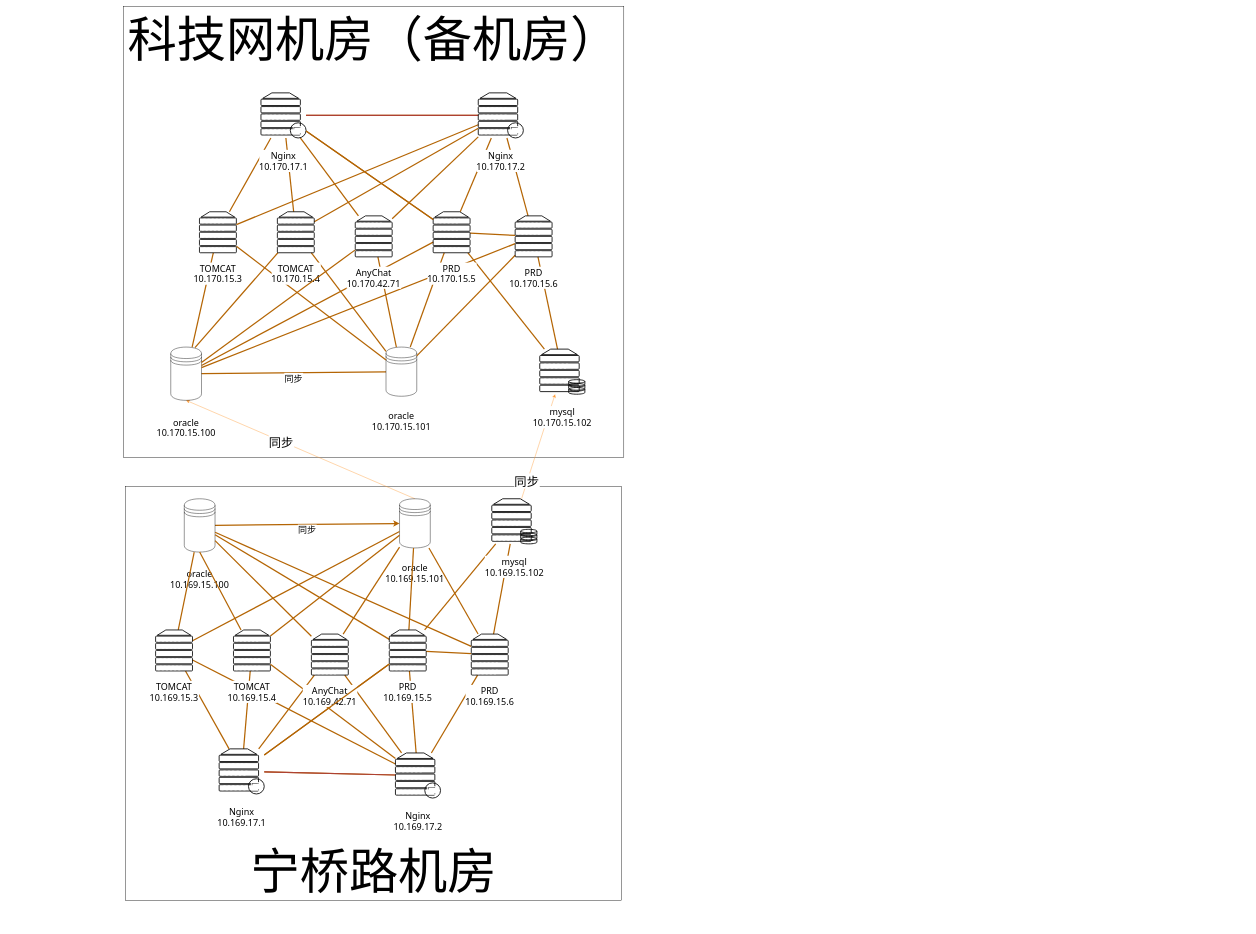
Earlier version of the draw.io diagram page "财人汇物理图" (1 of 4) of 财人汇物理.drawio (chengs2035/draw.io). Source tidied: cells renumbered, new cells numbered last; positions are measured from the earlier drawing's top-left corner, leaving out a move shared by most shapes. Both pictures are drawn from the tidied source at 41%, with x=0, y=0 at pixel (123, 7).
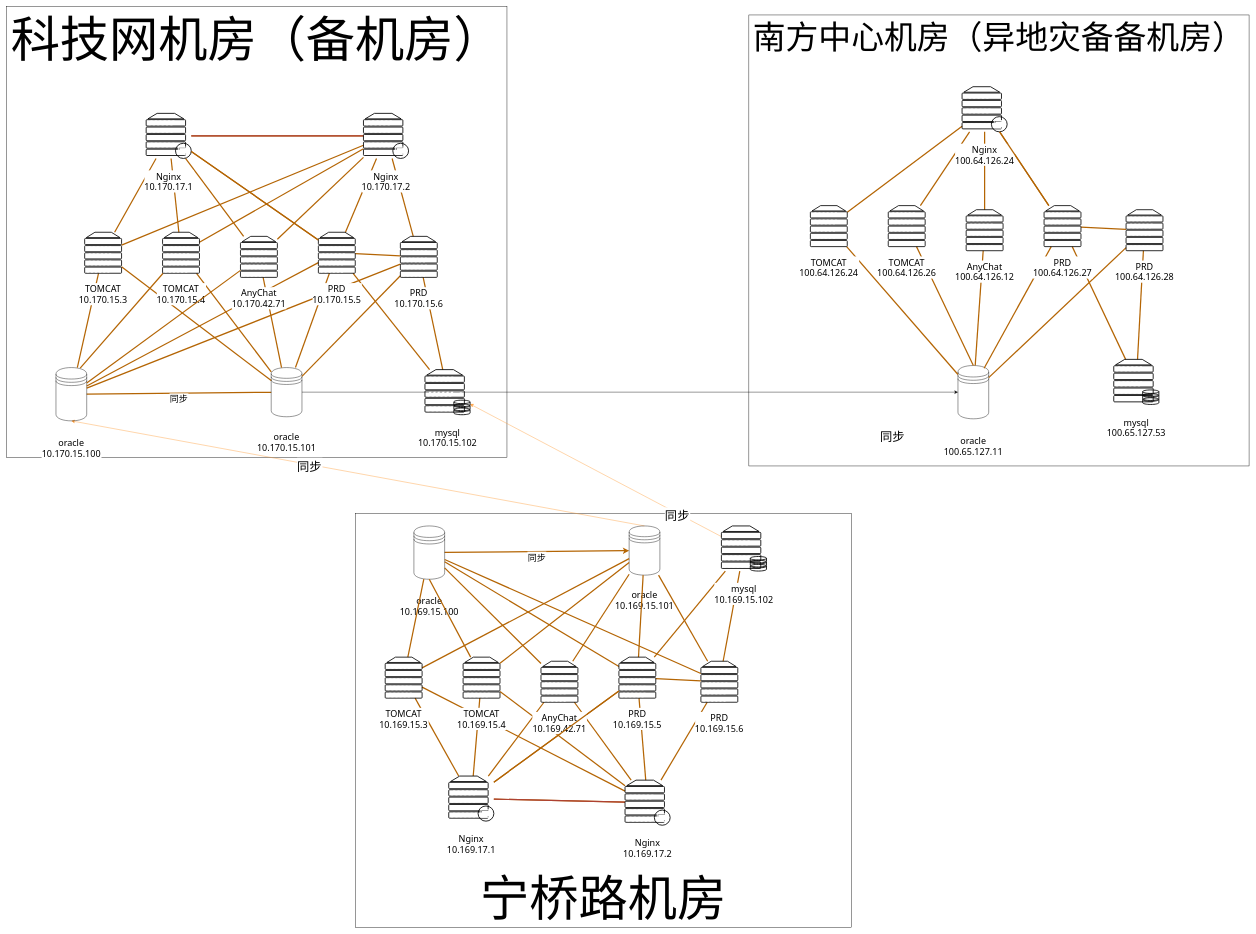
After the change.

Commit message:
更新财人汇物理.drawio

Diff of the diagram source:
```diff
@@
+    <mxCell id="80" value="南方中心机房（异地灾备备机房）" style="rounded=0;fontSize=80;verticalAlign=top;spacing=0;align=center;horizontal=1;" parent="1" vertex="1">
+      <mxGeometry x="1525" y="20" width="1220" height="1100" as="geometry" />
+    </mxCell>
     <mxCell id="2" value="宁桥路机房" style="rounded=0;fontSize=120;verticalAlign=bottom;spacing=25;" parent="1" vertex="1">
-      <mxGeometry x="5" y="1170" width="1210" height="1010" as="geometry" />
+      <mxGeometry x="565" y="1236.3" width="1210" height="1010" as="geometry" />
     </mxCell>
     <mxCell id="3" value="科技网机房（备机房）" style="rounded=0;fontSize=120;verticalAlign=top;spacing=0;align=center;horizontal=1;" parent="1" vertex="1">
-      <mxGeometry width="1220" height="1100" as="geometry" />
+      <mxGeometry x="-285" width="1220" height="1100" as="geometry" />
     </mxCell>
@@
     <mxCell id="7" value="oracle&#10;10.169.15.100" style="shape=datastore;verticalAlign=middle;spacingBottom=0;fillColor=none;labelBackgroundColor=default;fontFamily=Tahoma;spacing=2;fontSize=22;labelPosition=center;verticalLabelPosition=bottom;align=center;" parent="1" vertex="1">
-      <mxGeometry x="148" y="1200" width="75" height="130" as="geometry" />
+      <mxGeometry x="708" y="1266.3" width="75" height="130" as="geometry" />
     </mxCell>
     <mxCell id="8" value="oracle&#10;10.169.15.101" style="shape=datastore;fillColor=none;spacingBottom=0;verticalAlign=middle;labelBackgroundColor=default;fontFamily=Tahoma;fontSize=22;labelPosition=center;verticalLabelPosition=bottom;align=center;" parent="1" vertex="1">
-      <mxGeometry x="673" y="1200" width="75" height="120" as="geometry" />
+      <mxGeometry x="1233" y="1266.3" width="75" height="120" as="geometry" />
     </mxCell>
@@
     <mxCell id="20" value="Nginx&#10;10.169.17.1" style="verticalAlign=middle;verticalLabelPosition=bottom;labelPosition=center;align=center;outlineConnect=0;fillColor=none;gradientDirection=north;strokeWidth=2;shape=mxgraph.networks.proxy_server;labelBackgroundColor=default;fontFamily=Tahoma;fontSize=22;" parent="1" vertex="1">
-      <mxGeometry x="233" y="1810" width="110" height="110" as="geometry" />
+      <mxGeometry x="793" y="1876.3" width="110" height="110" as="geometry" />
     </mxCell>
@@
     <mxCell id="23" value="TOMCAT&#10;10.169.15.3" style="verticalAlign=middle;verticalLabelPosition=bottom;labelPosition=center;align=center;outlineConnect=0;fillColor=none;gradientDirection=north;strokeWidth=2;shape=mxgraph.networks.server;labelBackgroundColor=default;fontFamily=Tahoma;fontSize=22;" parent="1" vertex="1">
-      <mxGeometry x="78" y="1520" width="90" height="100" as="geometry" />
+      <mxGeometry x="638" y="1586.3" width="90" height="100" as="geometry" />
     </mxCell>
@@
     <mxCell id="26" value="TOMCAT&#10;10.169.15.4" style="verticalAlign=middle;verticalLabelPosition=bottom;labelPosition=center;align=center;outlineConnect=0;fillColor=none;gradientDirection=north;strokeWidth=2;shape=mxgraph.networks.server;labelBackgroundColor=default;fontFamily=Tahoma;fontSize=22;" parent="1" vertex="1">
-      <mxGeometry x="268" y="1520" width="90" height="100" as="geometry" />
+      <mxGeometry x="828" y="1586.3" width="90" height="100" as="geometry" />
     </mxCell>
@@
     <mxCell id="33" value="PRD&#10;10.169.15.6" style="verticalAlign=middle;verticalLabelPosition=bottom;labelPosition=center;align=center;outlineConnect=0;fillColor=none;gradientDirection=north;strokeWidth=2;shape=mxgraph.networks.server;labelBackgroundColor=default;fontFamily=Tahoma;fontSize=22;" parent="1" vertex="1">
-      <mxGeometry x="848" y="1530" width="90" height="100" as="geometry" />
+      <mxGeometry x="1408" y="1596.3" width="90" height="100" as="geometry" />
     </mxCell>
@@
     <mxCell id="36" value="AnyChat&#10;10.169.42.71" style="verticalAlign=middle;verticalLabelPosition=bottom;labelPosition=center;align=center;outlineConnect=0;fillColor=none;gradientDirection=north;strokeWidth=2;shape=mxgraph.networks.server;labelBackgroundColor=default;fontFamily=Tahoma;fontSize=22;" parent="1" vertex="1">
-      <mxGeometry x="458" y="1530" width="90" height="100" as="geometry" />
+      <mxGeometry x="1018" y="1596.3" width="90" height="100" as="geometry" />
     </mxCell>
@@
     <mxCell id="39" value="mysql&#10;10.169.15.102" style="verticalAlign=middle;verticalLabelPosition=bottom;labelPosition=center;align=center;outlineConnect=0;fillColor=none;gradientDirection=north;strokeWidth=2;shape=mxgraph.networks.server_storage;labelBackgroundColor=default;fontFamily=Tahoma;fontSize=22;" parent="1" vertex="1">
-      <mxGeometry x="898" y="1200" width="110" height="110" as="geometry" />
+      <mxGeometry x="1458" y="1266.3" width="110" height="110" as="geometry" />
     </mxCell>
@@
     <mxCell id="41" value="Nginx&#10;10.169.17.2" style="verticalAlign=middle;verticalLabelPosition=bottom;labelPosition=center;align=center;outlineConnect=0;fillColor=none;gradientDirection=north;strokeWidth=2;shape=mxgraph.networks.proxy_server;labelBackgroundColor=default;fontFamily=Tahoma;fontSize=22;" parent="1" vertex="1">
-      <mxGeometry x="663" y="1820" width="110" height="110" as="geometry" />
+      <mxGeometry x="1223" y="1886.3" width="110" height="110" as="geometry" />
     </mxCell>
     <mxCell id="42" value="PRD&#10;10.169.15.5" style="verticalAlign=middle;verticalLabelPosition=bottom;labelPosition=center;align=center;outlineConnect=0;fillColor=none;gradientDirection=north;strokeWidth=2;shape=mxgraph.networks.server;labelBackgroundColor=default;fontFamily=Tahoma;fontSize=22;" parent="1" vertex="1">
-      <mxGeometry x="648" y="1520" width="90" height="100" as="geometry" />
+      <mxGeometry x="1208" y="1586.3" width="90" height="100" as="geometry" />
     </mxCell>
@@
     <mxCell id="45" value="oracle&#10;10.170.15.100" style="shape=datastore;verticalAlign=middle;spacingBottom=0;fillColor=none;labelBackgroundColor=default;fontFamily=Tahoma;spacing=2;fontSize=22;labelPosition=center;verticalLabelPosition=bottom;align=center;" parent="1" vertex="1">
-      <mxGeometry x="115" y="830" width="75" height="130" as="geometry" />
+      <mxGeometry x="-165" y="880" width="75" height="130" as="geometry" />
     </mxCell>
+    <mxCell id="81" style="edgeStyle=orthogonalEdgeStyle;rounded=0;jettySize=auto;fontSize=80;entryX=0;entryY=0.5;entryDx=0;entryDy=0;" parent="1" edge="1" source="46" target="83">
+      <mxGeometry relative="1" as="geometry" />
+    </mxCell>
     <mxCell id="46" value="oracle&#10;10.170.15.101" style="shape=datastore;fillColor=none;spacingBottom=0;verticalAlign=middle;labelBackgroundColor=default;fontFamily=Tahoma;fontSize=22;labelPosition=center;verticalLabelPosition=bottom;align=center;" parent="1" vertex="1">
-      <mxGeometry x="640" y="830" width="75" height="120" as="geometry" />
+      <mxGeometry x="360" y="880" width="75" height="120" as="geometry" />
     </mxCell>
@@
     <mxCell id="58" value="Nginx&#10;10.170.17.1" style="verticalAlign=middle;verticalLabelPosition=bottom;labelPosition=center;align=center;outlineConnect=0;fillColor=none;gradientDirection=north;strokeWidth=2;shape=mxgraph.networks.proxy_server;labelBackgroundColor=default;fontFamily=Tahoma;fontSize=22;" parent="1" vertex="1">
-      <mxGeometry x="335" y="210" width="110" height="110" as="geometry" />
+      <mxGeometry x="55" y="260" width="110" height="110" as="geometry" />
     </mxCell>
@@
     <mxCell id="61" value="TOMCAT&#10;10.170.15.3" style="verticalAlign=middle;verticalLabelPosition=bottom;labelPosition=center;align=center;outlineConnect=0;fillColor=none;gradientDirection=north;strokeWidth=2;shape=mxgraph.networks.server;labelBackgroundColor=default;fontFamily=Tahoma;fontSize=22;" parent="1" vertex="1">
-      <mxGeometry x="185" y="500" width="90" height="100" as="geometry" />
+      <mxGeometry x="-95" y="550" width="90" height="100" as="geometry" />
     </mxCell>
@@
     <mxCell id="64" value="TOMCAT&#10;10.170.15.4" style="verticalAlign=middle;verticalLabelPosition=bottom;labelPosition=center;align=center;outlineConnect=0;fillColor=none;gradientDirection=north;strokeWidth=2;shape=mxgraph.networks.server;labelBackgroundColor=default;fontFamily=Tahoma;fontSize=22;" parent="1" vertex="1">
-      <mxGeometry x="375" y="500" width="90" height="100" as="geometry" />
+      <mxGeometry x="95" y="550" width="90" height="100" as="geometry" />
     </mxCell>
@@
     <mxCell id="71" value="PRD&#10;10.170.15.6" style="verticalAlign=middle;verticalLabelPosition=bottom;labelPosition=center;align=center;outlineConnect=0;fillColor=none;gradientDirection=north;strokeWidth=2;shape=mxgraph.networks.server;labelBackgroundColor=default;fontFamily=Tahoma;fontSize=22;" parent="1" vertex="1">
-      <mxGeometry x="955" y="510" width="90" height="100" as="geometry" />
+      <mxGeometry x="675" y="560" width="90" height="100" as="geometry" />
     </mxCell>
@@
     <mxCell id="74" value="AnyChat&#10;10.170.42.71" style="verticalAlign=middle;verticalLabelPosition=bottom;labelPosition=center;align=center;outlineConnect=0;fillColor=none;gradientDirection=north;strokeWidth=2;shape=mxgraph.networks.server;labelBackgroundColor=default;fontFamily=Tahoma;fontSize=22;" parent="1" vertex="1">
-      <mxGeometry x="565" y="510" width="90" height="100" as="geometry" />
+      <mxGeometry x="285" y="560" width="90" height="100" as="geometry" />
     </mxCell>
     <mxCell id="75" value="mysql&#10;10.170.15.102" style="verticalAlign=middle;verticalLabelPosition=bottom;labelPosition=center;align=center;outlineConnect=0;fillColor=none;gradientDirection=north;strokeWidth=2;shape=mxgraph.networks.server_storage;labelBackgroundColor=default;fontFamily=Tahoma;fontSize=22;" parent="1" vertex="1">
-      <mxGeometry x="1015" y="835" width="110" height="110" as="geometry" />
+      <mxGeometry x="735" y="885" width="110" height="110" as="geometry" />
     </mxCell>
@@
     <mxCell id="77" value="Nginx&#10;10.170.17.2" style="verticalAlign=middle;verticalLabelPosition=bottom;labelPosition=center;align=center;outlineConnect=0;fillColor=none;gradientDirection=north;strokeWidth=2;shape=mxgraph.networks.proxy_server;labelBackgroundColor=default;fontFamily=Tahoma;fontSize=22;" parent="1" vertex="1">
-      <mxGeometry x="865" y="210" width="110" height="110" as="geometry" />
+      <mxGeometry x="585" y="260" width="110" height="110" as="geometry" />
     </mxCell>
     <mxCell id="78" value="PRD&#10;10.170.15.5" style="verticalAlign=middle;verticalLabelPosition=bottom;labelPosition=center;align=center;outlineConnect=0;fillColor=none;gradientDirection=north;strokeWidth=2;shape=mxgraph.networks.server;labelBackgroundColor=default;fontFamily=Tahoma;fontSize=22;" parent="1" vertex="1">
-      <mxGeometry x="755" y="500" width="90" height="100" as="geometry" />
+      <mxGeometry x="475" y="550" width="90" height="100" as="geometry" />
     </mxCell>
@@
+    <mxCell id="82" value="同步" style="edgeLabel;align=center;verticalAlign=middle;fontSize=30;" parent="1" vertex="1">
+      <mxGeometry x="1874.9" y="1046" as="geometry" />
+    </mxCell>
+    <mxCell id="83" value="oracle&#10;100.65.127.11" style="shape=datastore;verticalAlign=middle;spacingBottom=0;fillColor=none;labelBackgroundColor=default;fontFamily=Tahoma;spacing=2;fontSize=22;labelPosition=center;verticalLabelPosition=bottom;align=center;" parent="1" vertex="1">
+      <mxGeometry x="2035" y="875" width="75" height="130" as="geometry" />
+    </mxCell>
+    <mxCell id="84" style="edgeStyle=none;jettySize=auto;fillColor=#fad7ac;fontColor=default;labelBackgroundColor=default;fontFamily=Tahoma;fontSize=22;verticalAlign=middle;startArrow=none;startFill=0;strokeWidth=3;endArrow=none;endFill=0;curved=1;strokeColor=#b46504;" parent="1" edge="1" source="89" target="91">
+      <mxGeometry relative="1" as="geometry" />
+    </mxCell>
+    <mxCell id="85" style="edgeStyle=none;jettySize=auto;fillColor=#fad7ac;fontColor=default;labelBackgroundColor=default;fontFamily=Tahoma;fontSize=22;verticalAlign=middle;startArrow=none;startFill=0;strokeWidth=3;endArrow=none;endFill=0;curved=1;strokeColor=#b46504;" parent="1" edge="1" source="89" target="93">
+      <mxGeometry relative="1" as="geometry" />
+    </mxCell>
+    <mxCell id="86" style="edgeStyle=none;jettySize=auto;fillColor=#fad7ac;fontColor=default;labelBackgroundColor=default;fontFamily=Tahoma;fontSize=22;verticalAlign=middle;startArrow=none;startFill=0;strokeWidth=3;endArrow=none;endFill=0;curved=1;strokeColor=#b46504;" parent="1" edge="1" source="89" target="102">
+      <mxGeometry relative="1" as="geometry" />
+    </mxCell>
+    <mxCell id="87" style="edgeStyle=none;jettySize=auto;fillColor=#fad7ac;fontColor=default;labelBackgroundColor=default;fontFamily=Tahoma;fontSize=22;verticalAlign=middle;startArrow=none;startFill=0;strokeWidth=3;endArrow=none;endFill=0;curved=1;strokeColor=#b46504;" parent="1" edge="1" source="102" target="98">
+      <mxGeometry relative="1" as="geometry" />
+    </mxCell>
+    <mxCell id="88" style="edgeStyle=none;jettySize=auto;fillColor=#fad7ac;fontColor=default;labelBackgroundColor=default;fontFamily=Tahoma;fontSize=22;verticalAlign=middle;startArrow=none;startFill=0;strokeWidth=3;endArrow=none;endFill=0;curved=1;strokeColor=#b46504;" parent="1" edge="1" source="89" target="100">
+      <mxGeometry relative="1" as="geometry" />
+    </mxCell>
+    <mxCell id="89" value="Nginx&#10;100.64.126.24" style="verticalAlign=middle;verticalLabelPosition=bottom;labelPosition=center;align=center;outlineConnect=0;fillColor=none;gradientDirection=north;strokeWidth=2;shape=mxgraph.networks.proxy_server;labelBackgroundColor=default;fontFamily=Tahoma;fontSize=22;" parent="1" vertex="1">
+      <mxGeometry x="2045" y="195" width="110" height="110" as="geometry" />
+    </mxCell>
+    <mxCell id="90" style="edgeStyle=none;jettySize=auto;labelBackgroundColor=default;fontFamily=Tahoma;fontColor=default;fillColor=#fad7ac;fontSize=22;verticalAlign=middle;startArrow=none;startFill=0;strokeWidth=3;endArrow=none;endFill=0;curved=1;strokeColor=#b46504;" parent="1" edge="1" source="91" target="83">
+      <mxGeometry relative="1" as="geometry" />
+    </mxCell>
+    <mxCell id="91" value="TOMCAT&#10;100.64.126.24" style="verticalAlign=middle;verticalLabelPosition=bottom;labelPosition=center;align=center;outlineConnect=0;fillColor=none;gradientDirection=north;strokeWidth=2;shape=mxgraph.networks.server;labelBackgroundColor=default;fontFamily=Tahoma;fontSize=22;" parent="1" vertex="1">
+      <mxGeometry x="1675" y="485" width="90" height="100" as="geometry" />
+    </mxCell>
+    <mxCell id="92" style="edgeStyle=none;jettySize=auto;labelBackgroundColor=default;fontFamily=Tahoma;fontColor=default;fillColor=#fad7ac;fontSize=22;verticalAlign=middle;startArrow=none;startFill=0;strokeWidth=3;endArrow=none;endFill=0;curved=1;strokeColor=#b46504;entryX=0.5;entryY=0;entryDx=0;entryDy=0;" parent="1" edge="1" source="93" target="83">
+      <mxGeometry relative="1" as="geometry" />
+    </mxCell>
+    <mxCell id="93" value="TOMCAT&#10;100.64.126.26" style="verticalAlign=middle;verticalLabelPosition=bottom;labelPosition=center;align=center;outlineConnect=0;fillColor=none;gradientDirection=north;strokeWidth=2;shape=mxgraph.networks.server;labelBackgroundColor=default;fontFamily=Tahoma;fontSize=22;" parent="1" vertex="1">
+      <mxGeometry x="1865" y="485" width="90" height="100" as="geometry" />
+    </mxCell>
+    <mxCell id="94" style="edgeStyle=none;jettySize=auto;labelBackgroundColor=default;fontFamily=Tahoma;fontColor=default;fillColor=#fad7ac;fontSize=22;verticalAlign=middle;startArrow=none;startFill=0;strokeWidth=3;endArrow=none;endFill=0;curved=1;strokeColor=#b46504;entryX=0.85;entryY=0.05;entryDx=0;entryDy=0;entryPerimeter=0;" parent="1" edge="1" source="102" target="83">
+      <mxGeometry relative="1" as="geometry" />
+    </mxCell>
+    <mxCell id="95" style="edgeStyle=none;jettySize=auto;labelBackgroundColor=default;fontFamily=Tahoma;fontColor=default;fillColor=#fad7ac;fontSize=22;verticalAlign=middle;startArrow=none;startFill=0;strokeWidth=3;endArrow=none;endFill=0;curved=1;strokeColor=#b46504;" parent="1" edge="1" source="102" target="101">
+      <mxGeometry relative="1" as="geometry" />
+    </mxCell>
+    <mxCell id="96" style="edgeStyle=none;jettySize=auto;labelBackgroundColor=default;fontFamily=Tahoma;fontColor=default;fillColor=#fad7ac;fontSize=22;verticalAlign=middle;startArrow=none;startFill=0;strokeWidth=3;endArrow=none;endFill=0;curved=1;strokeColor=#b46504;" parent="1" edge="1" source="98" target="83">
+      <mxGeometry relative="1" as="geometry" />
+    </mxCell>
+    <mxCell id="97" style="edgeStyle=none;jettySize=auto;labelBackgroundColor=default;fontFamily=Tahoma;fontColor=default;fillColor=#fad7ac;fontSize=22;verticalAlign=middle;startArrow=none;startFill=0;strokeWidth=3;endArrow=none;endFill=0;curved=1;strokeColor=#b46504;" parent="1" edge="1" source="98" target="101">
+      <mxGeometry relative="1" as="geometry" />
+    </mxCell>
+    <mxCell id="98" value="PRD&#10;100.64.126.28" style="verticalAlign=middle;verticalLabelPosition=bottom;labelPosition=center;align=center;outlineConnect=0;fillColor=none;gradientDirection=north;strokeWidth=2;shape=mxgraph.networks.server;labelBackgroundColor=default;fontFamily=Tahoma;fontSize=22;" parent="1" vertex="1">
+      <mxGeometry x="2445" y="495" width="90" height="100" as="geometry" />
+    </mxCell>
+    <mxCell id="99" style="edgeStyle=none;jettySize=auto;labelBackgroundColor=default;fontFamily=Tahoma;fontColor=default;fillColor=#fad7ac;fontSize=22;verticalAlign=middle;startArrow=none;startFill=0;strokeWidth=3;endArrow=none;endFill=0;curved=1;strokeColor=#b46504;" parent="1" edge="1" source="100" target="83">
+      <mxGeometry relative="1" as="geometry" />
+    </mxCell>
+    <mxCell id="100" value="AnyChat&#10;100.64.126.12" style="verticalAlign=middle;verticalLabelPosition=bottom;labelPosition=center;align=center;outlineConnect=0;fillColor=none;gradientDirection=north;strokeWidth=2;shape=mxgraph.networks.server;labelBackgroundColor=default;fontFamily=Tahoma;fontSize=22;" parent="1" vertex="1">
+      <mxGeometry x="2055" y="495" width="90" height="100" as="geometry" />
+    </mxCell>
+    <mxCell id="101" value="mysql&#10;100.65.127.53" style="verticalAlign=middle;verticalLabelPosition=bottom;labelPosition=center;align=center;outlineConnect=0;fillColor=none;gradientDirection=north;strokeWidth=2;shape=mxgraph.networks.server_storage;labelBackgroundColor=default;fontFamily=Tahoma;fontSize=22;" parent="1" vertex="1">
+      <mxGeometry x="2415" y="860" width="110" height="110" as="geometry" />
+    </mxCell>
+    <mxCell id="102" value="PRD&#10;100.64.126.27" style="verticalAlign=middle;verticalLabelPosition=bottom;labelPosition=center;align=center;outlineConnect=0;fillColor=none;gradientDirection=north;strokeWidth=2;shape=mxgraph.networks.server;labelBackgroundColor=default;fontFamily=Tahoma;fontSize=22;" parent="1" vertex="1">
+      <mxGeometry x="2245" y="485" width="90" height="100" as="geometry" />
+    </mxCell>
+    <mxCell id="103" style="edgeStyle=none;jettySize=auto;fillColor=#fad7ac;fontColor=default;labelBackgroundColor=default;fontFamily=Tahoma;fontSize=22;verticalAlign=middle;startArrow=none;startFill=0;strokeWidth=3;endArrow=none;endFill=0;curved=1;strokeColor=#b46504;" parent="1" edge="1" source="89" target="102">
+      <mxGeometry relative="1" as="geometry" />
+    </mxCell>
```
